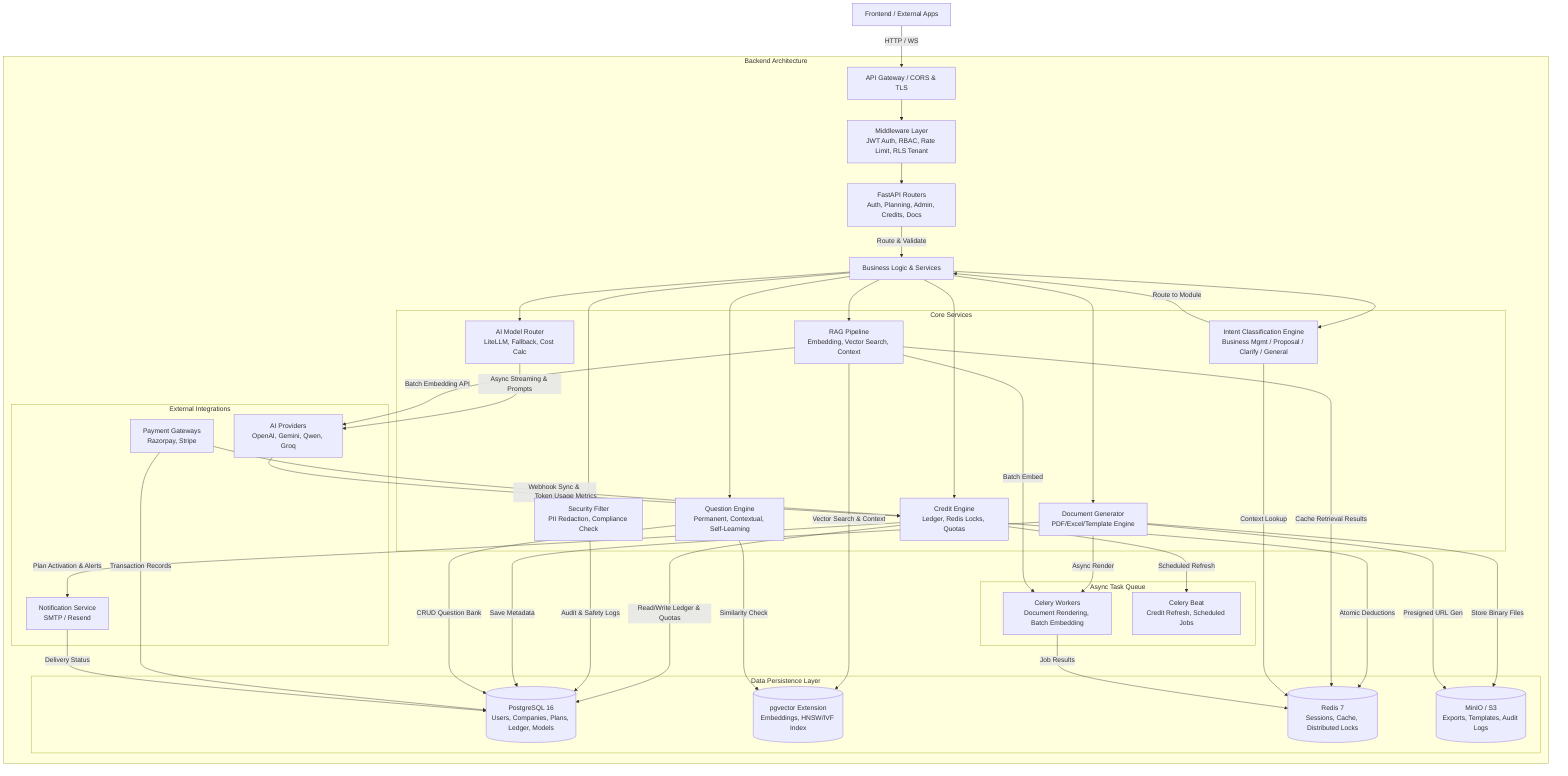
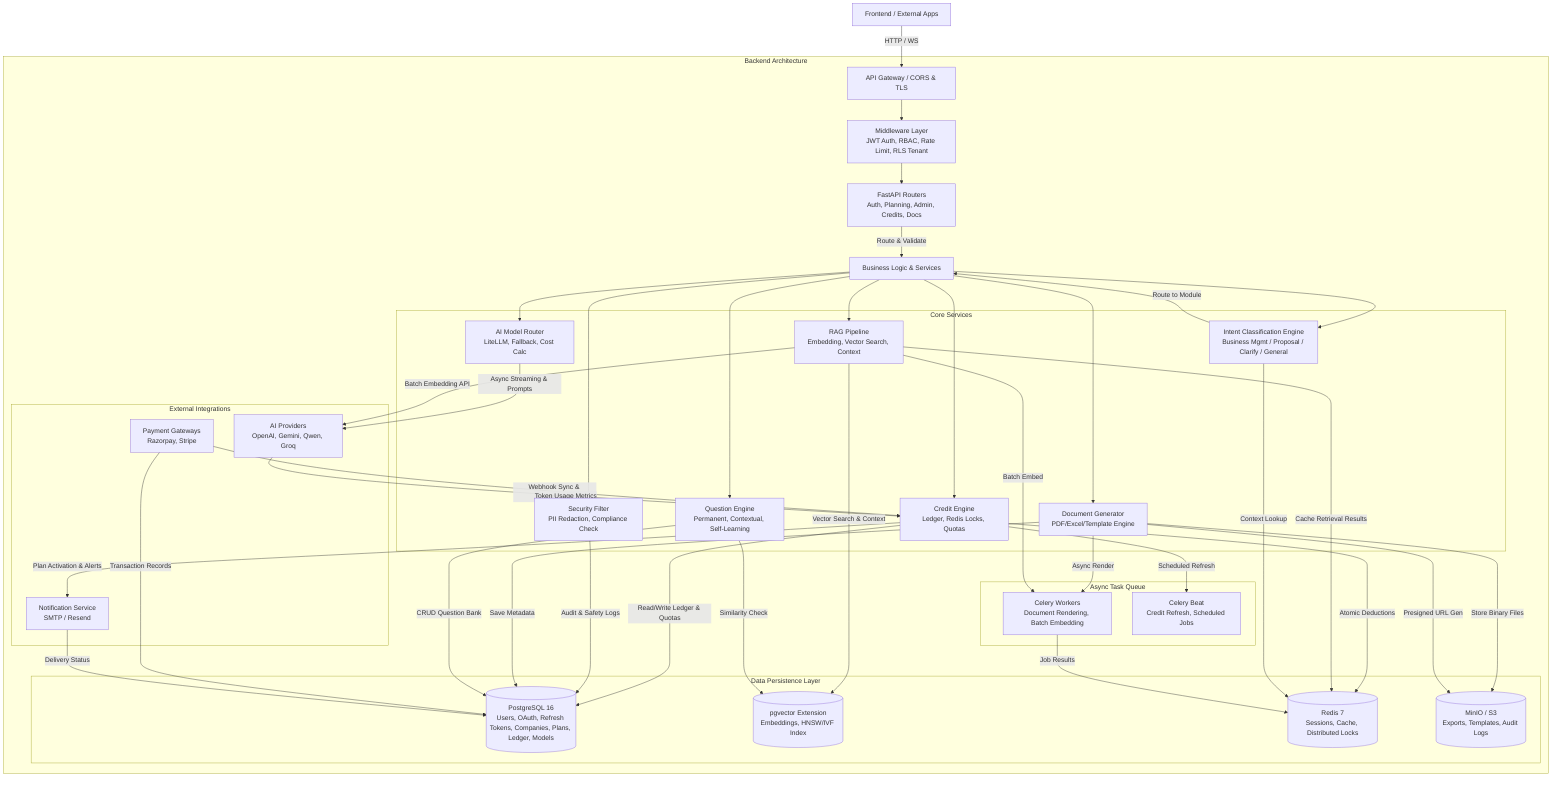
graph TD
    Client[Frontend / External Apps] -->|HTTP / WS| GW[API Gateway / CORS & TLS]

    subgraph BackendArchitecture["Backend Architecture"]
        GW --> MW[Middleware Layer\nJWT Auth, RBAC, Rate Limit, RLS Tenant]
        MW --> Controllers[FastAPI Routers\nAuth, Planning, Admin, Credits, Docs]

        Controllers -->|Route & Validate| Services[Business Logic & Services]

        subgraph CoreServices["Core Services"]
            IntentEngine[Intent Classification Engine\nBusiness Mgmt / Proposal / Clarify / General]
            CreditSvc[Credit Engine\nLedger, Redis Locks, Quotas]
            AIRouter[AI Model Router\nLiteLLM, Fallback, Cost Calc]
            RAGSvc[RAG Pipeline\nEmbedding, Vector Search, Context]
            QuestionEngine[Question Engine\nPermanent, Contextual, Self-Learning]
            GuardRail[Security Filter\nPII Redaction, Compliance Check]
            DocGen[Document Generator\nPDF/Excel/Template Engine]
        end

        Services --> IntentEngine
        IntentEngine -->|Route to Module| Services
        Services --> CreditSvc
        Services --> AIRouter
        Services --> RAGSvc
        Services --> QuestionEngine
        Services --> GuardRail
        Services --> DocGen

        subgraph TaskQueue["Async Task Queue"]
            Celery[Celery Workers\nDocument Rendering, Batch Embedding]
            CeleryBeat[Celery Beat\nCredit Refresh, Scheduled Jobs]
        end

        DocGen -->|Async Render| Celery
        CreditSvc -->|Scheduled Refresh| CeleryBeat
        RAGSvc -->|Batch Embed| Celery

        subgraph DataPersistenceLayer["Data Persistence Layer"]
-             PG[(PostgreSQL 16\nUsers, Companies, Plans, Ledger, Models)]
+             PG[(PostgreSQL 16\nUsers, OAuth, Refresh Tokens, Companies, Plans, Ledger, Models)]
            PGVec[(pgvector Extension\nEmbeddings, HNSW/IVF Index)]
            Redis[(Redis 7\nSessions, Cache, Distributed Locks)]
            MinIO[(MinIO / S3\nExports, Templates, Audit Logs)]
        end

        CreditSvc -->|Read/Write Ledger & Quotas| PG
        CreditSvc -->|Atomic Deductions| Redis
        RAGSvc -->|Vector Search & Context| PGVec
        RAGSvc -->|Cache Retrieval Results| Redis
        GuardRail -->|Audit & Safety Logs| PG
        DocGen -->|Store Binary Files| MinIO
        DocGen -->|Save Metadata| PG
        QuestionEngine -->|CRUD Question Bank| PG
        QuestionEngine -->|Similarity Check| PGVec
        IntentEngine -->|Context Lookup| Redis

        subgraph ExternalIntegrations["External Integrations"]
            LLMs[AI Providers\nOpenAI, Gemini, Qwen, Groq]
            Pay[Payment Gateways\nRazorpay, Stripe]
            Email[Notification Service\nSMTP / Resend]
        end

        AIRouter -->|Async Streaming & Prompts| LLMs
        Pay -->|Webhook Sync & Entitlements| CreditSvc
        CreditSvc -->|Plan Activation & Alerts| Email
        RAGSvc -->|Batch Embedding API| LLMs

        LLMs -->|Token Usage Metrics| CreditSvc
        Pay -->|Transaction Records| PG
        Email -->|Delivery Status| PG

        DocGen -->|Presigned URL Gen| MinIO
        Celery -->|Job Results| Redis
    end